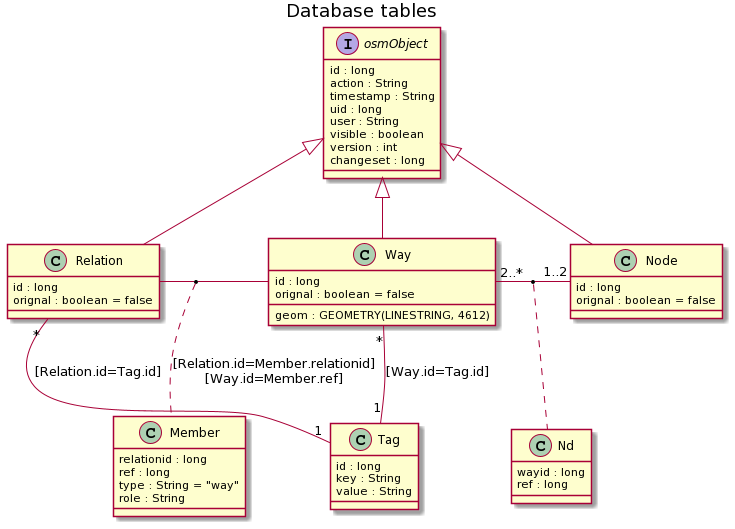
Above: doc/dbTables.png in yuuhayashi/citygml-osm (PlantUML), before the change.
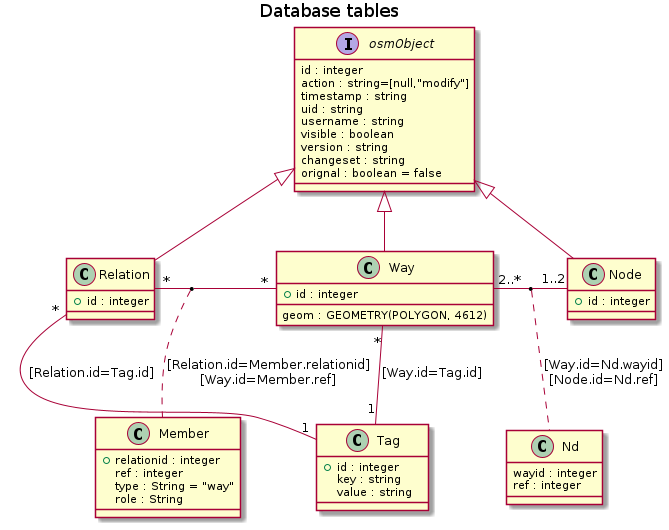
Later version of the same file.

Diff of the diagram source:
```diff
@@ -2,59 +2,57 @@
 title Database tables
 
 interface osmObject {
- id : long
- action : String
- timestamp : String
- uid : long
- user : String
+ id : integer
+ action : string=[null,"modify"]
+ timestamp : string
+ uid : string
+ username : string
  visible : boolean
- version : int
- changeset : long
+ version : string
+ changeset : string
+ orignal : boolean = false
 }
 
 class Relation {
- id : long
- orignal : boolean = false
+ +id : integer
 }
 
 class Member {
- relationid : long
- ref : long
+ +relationid : integer
+ ref : integer
  type : String = "way"
  role : String
 }
 
 class Way {
- id : long
- orignal : boolean = false
- geom : GEOMETRY(LINESTRING, 4612)
+ +id : integer
+ geom : GEOMETRY(POLYGON, 4612)
 }
 
 class Nd {
- wayid : long
- ref : long
+ wayid : integer
+ ref : integer
 }
 
 class Node {
- id : long
- orignal : boolean = false
+ +id : integer
 }
 
 class Tag {
- id : long
- key : String
- value : String
+ +id : integer
+ key : string
+ value : string
 }
 
 osmObject <|-- Relation
 osmObject <|-- Way
 osmObject <|-- Node
 
-Relation - Way
+Relation "*" - "*" Way
 (Relation, Way) .. Member : [Relation.id=Member.relationid]\n[Way.id=Member.ref]
 
 Way "2..*" - "1..2" Node
-(Way, Node) .. Nd
+(Way, Node) .. Nd : [Way.id=Nd.wayid]\n[Node.id=Nd.ref]
 
 Relation "*" -- "1" Tag : [Relation.id=Tag.id]
 Way "*" -- "1" Tag : [Way.id=Tag.id]
```
